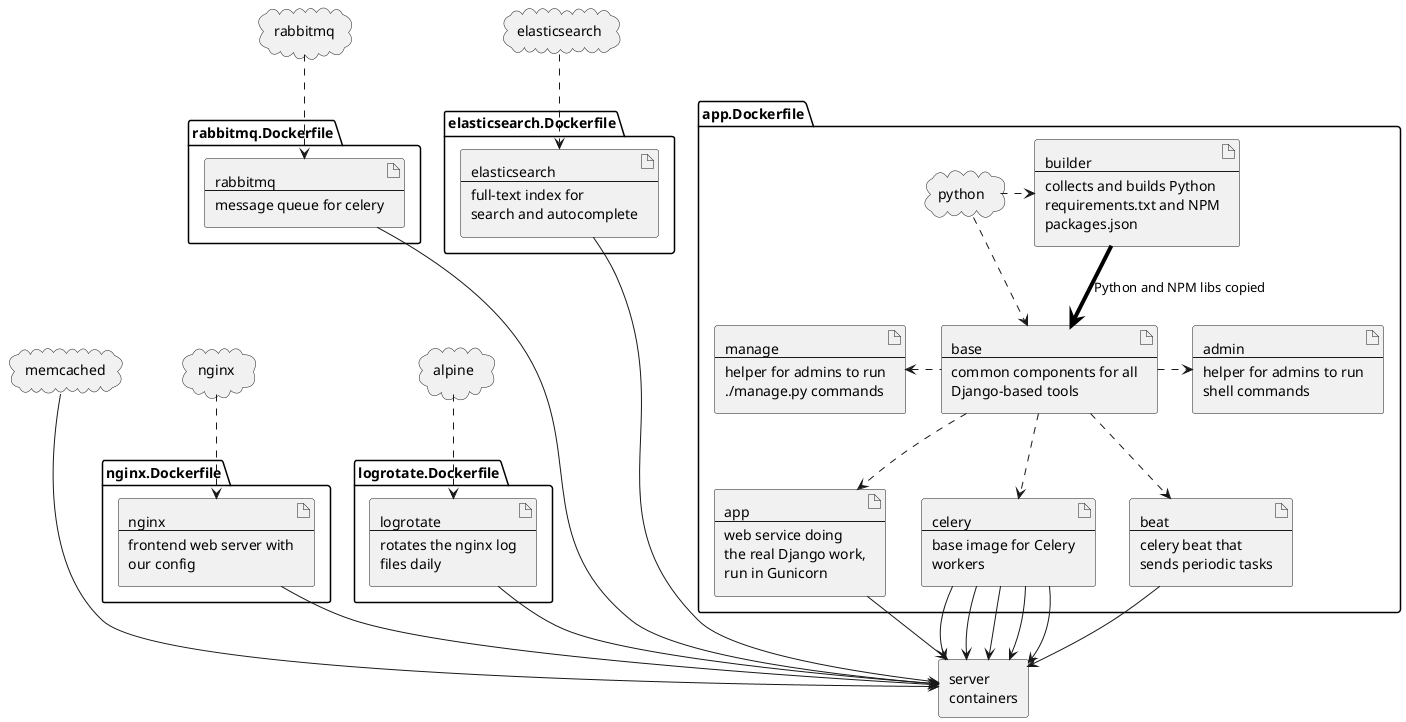
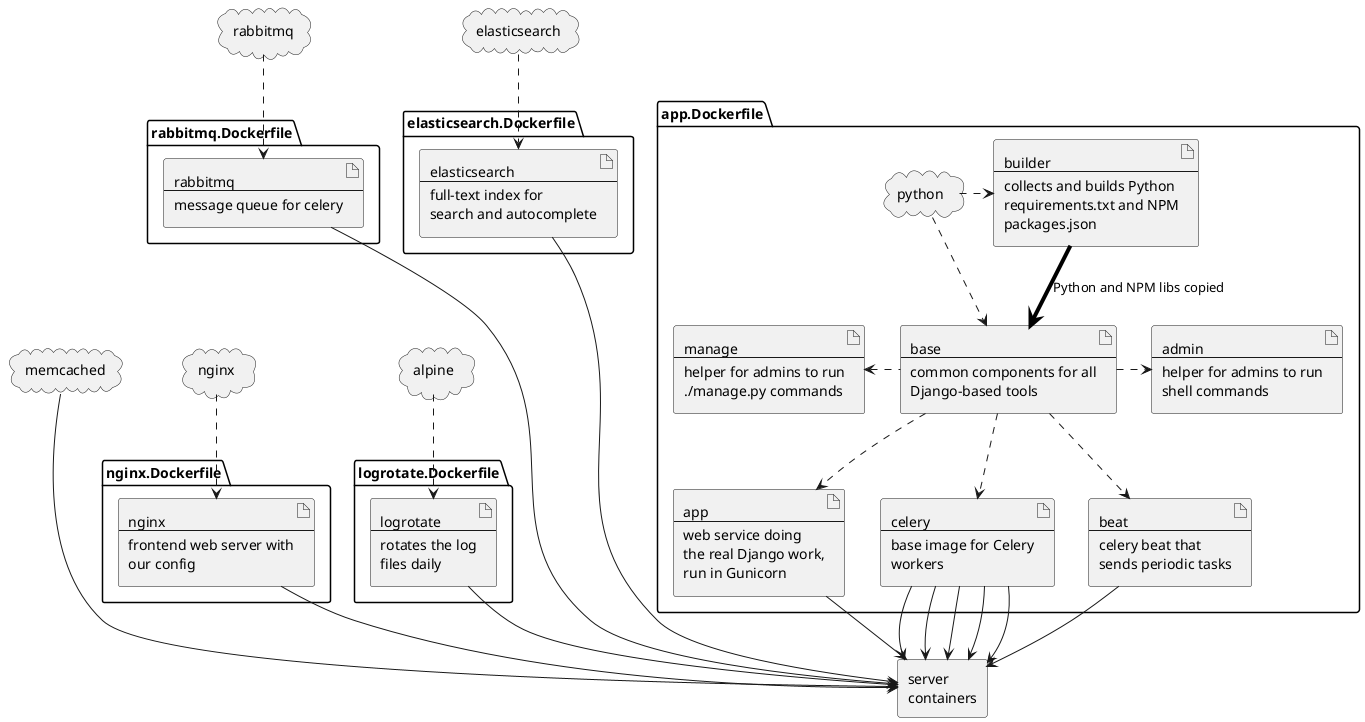
@startuml

package "app.Dockerfile" {

    artifact builder [
        builder
        ----
        collects and builds Python
        requirements.txt and NPM
        packages.json
    ]
    artifact base [
        base
        ----
        common components for all
        Django-based tools
    ]
    artifact app [
        app
        ----
        web service doing
        the real Django work,
        run in Gunicorn
    ]
    artifact celery [
        celery
        ----
        base image for Celery
        workers
    ]
    artifact beat [
        beat
        ----
        celery beat that
        sends periodic tasks
    ]
    artifact manage [
        manage
        ----
        helper for admins to run
        ./manage.py commands
    ]
    artifact admin [
        admin
        ----
        helper for admins to run
        shell commands
    ]

    builder -[#black,thickness=4]-> base :  Python and NPM libs copied
    base ..> app
    base ..> celery
    base ..> beat
    manage <. base
    base .> admin

    cloud python
    python .> builder
    python ..> base

}

package "nginx.Dockerfile" {
    artifact nginx [
        nginx
        ----
        frontend web server with
        our config
    ]
}

cloud nginx as nginx_base
nginx_base ..> nginx

package "logrotate.Dockerfile" {
    artifact logrotate [
        logrotate
        ----
-         rotates the nginx log
+         rotates the log
        files daily
    ]
}

cloud alpine
alpine ..> logrotate

package "rabbitmq.Dockerfile" {
    artifact rabbitmq [
        rabbitmq
        ----
        message queue for celery
    ]
}

cloud rabbitmq as rabbitmq_base
rabbitmq_base ..> rabbitmq

package "elasticsearch.Dockerfile" {
    artifact elasticsearch [
        elasticsearch
        ----
        full-text index for
        search and autocomplete
    ]
}

cloud elasticsearch as elasticsearch_base
elasticsearch_base ..> elasticsearch


cloud memcached

agent "server\ncontainers" as server

app --> server
celery --> server
celery --> server
celery --> server
celery --> server
celery --> server
beat --> server
nginx --> server
logrotate --> server
rabbitmq ----> server
elasticsearch ----> server
memcached ---> server

@enduml
